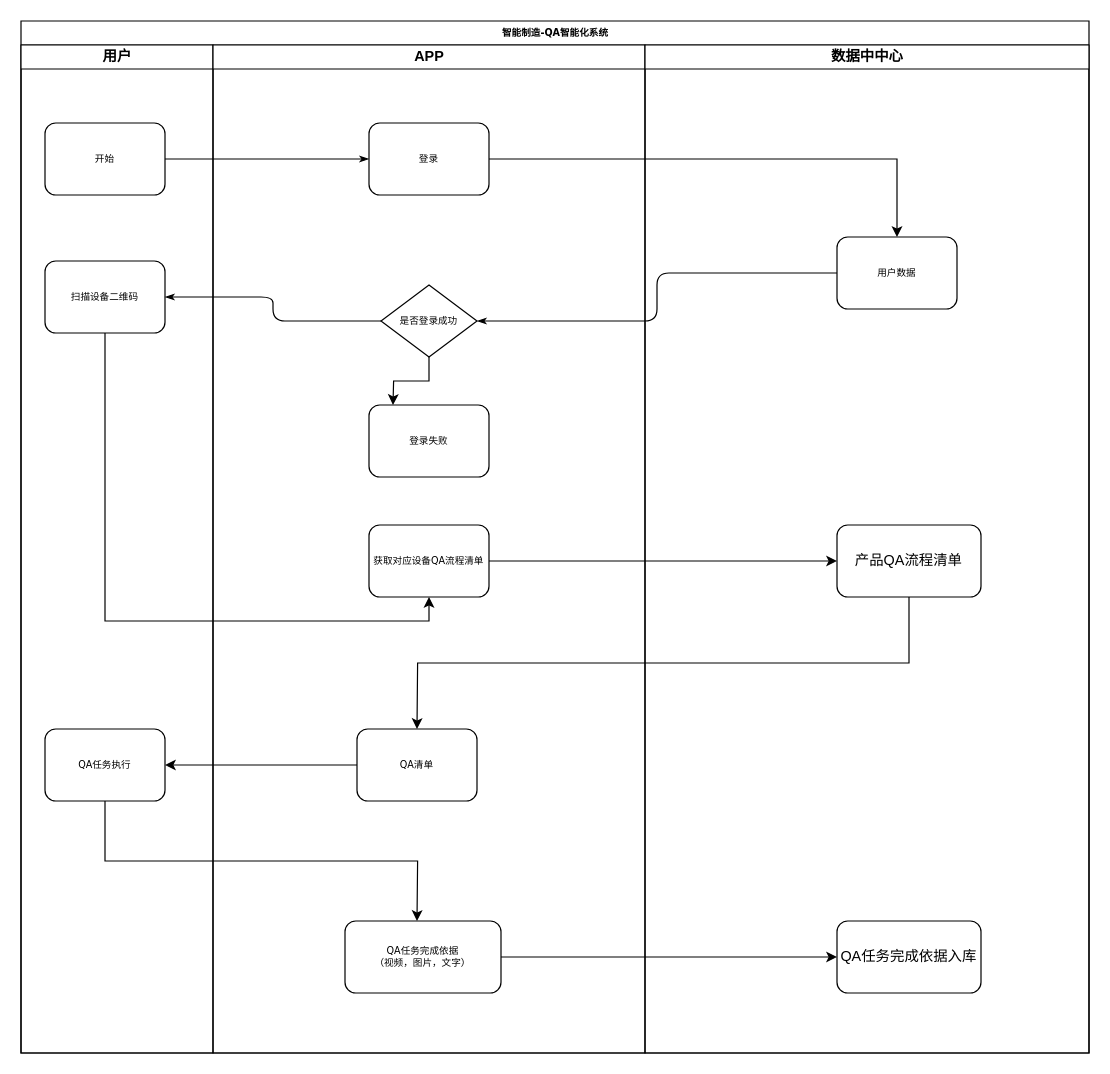
The draw.io diagram 智能制造.drawio in mandarenmanman/apidoc, before the edit. Source tidied: cells renumbered, new cells numbered last; positions are measured from the earlier drawing's top-left corner, leaving out a move shared by most shapes. Both pictures are drawn from the tidied source at 120%, with x=0, y=0 at pixel (20, 20).
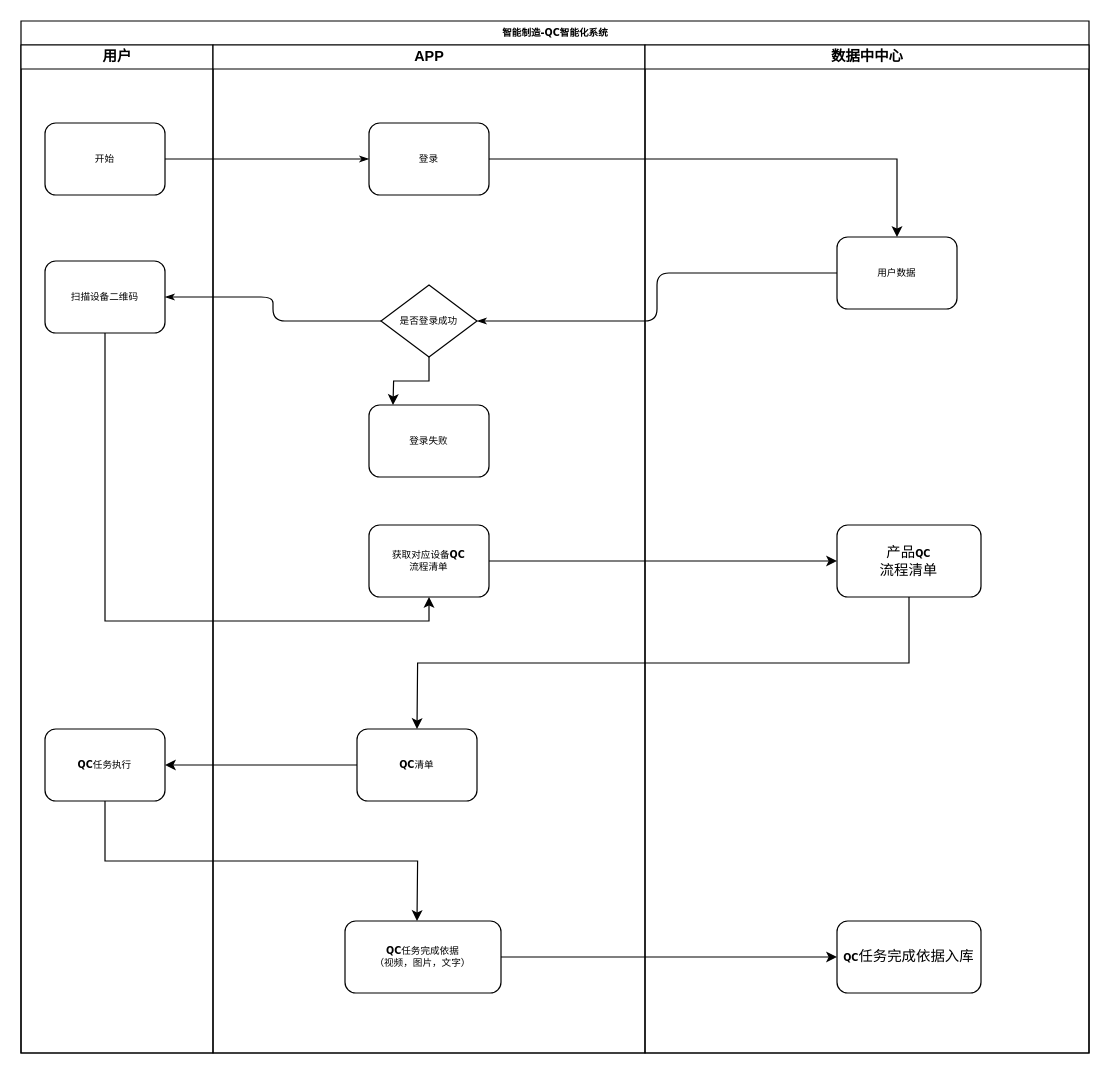
The same diagram, later.

Commit message (it also covers changes not shown here):
更新智能制造.drawio

Unchanged cells that the change refers to:
```xml
<mxCell id="3" value="用户" style="swimlane;html=1;startSize=20;" parent="2" vertex="1">
  <mxGeometry y="20" width="160" height="840" as="geometry" />
</mxCell>
<mxCell id="9" value="APP" style="swimlane;html=1;startSize=20;" parent="2" vertex="1">
  <mxGeometry x="160" y="20" width="360" height="840" as="geometry" />
</mxCell>
<mxCell id="17" value="数据中中心" style="swimlane;html=1;startSize=20;" parent="2" vertex="1">
  <mxGeometry x="520" y="20" width="370" height="840" as="geometry" />
</mxCell>
```

Diff of the diagram source:
```diff
@@
-    <mxCell id="2" value="智能制造-QA智能化系统" style="swimlane;html=1;startSize=20;rounded=0;shadow=0;labelBackgroundColor=none;strokeWidth=1;fontFamily=Verdana;fontSize=8;align=center;" parent="1" vertex="1">
+    <mxCell id="2" value="智能制造-QC智能化系统" style="swimlane;html=1;startSize=20;rounded=0;shadow=0;labelBackgroundColor=none;strokeWidth=1;fontFamily=Verdana;fontSize=8;align=center;" parent="1" vertex="1">
       <mxGeometry width="890" height="860" as="geometry" />
     </mxCell>
@@
-    <mxCell id="6" value="QA任务执行" style="rounded=1;whiteSpace=wrap;html=1;shadow=0;labelBackgroundColor=none;strokeWidth=1;fontFamily=Verdana;fontSize=8;align=center;" parent="3" vertex="1">
+    <mxCell id="6" value="&lt;span style=&quot;font-weight: 700&quot;&gt;QC&lt;/span&gt;任务执行" style="rounded=1;whiteSpace=wrap;html=1;shadow=0;labelBackgroundColor=none;strokeWidth=1;fontFamily=Verdana;fontSize=8;align=center;" parent="3" vertex="1">
       <mxGeometry x="20" y="570" width="100" height="60" as="geometry" />
     </mxCell>
@@
-    <mxCell id="13" value="获取对应设备QA流程清单" style="rounded=1;whiteSpace=wrap;html=1;shadow=0;labelBackgroundColor=none;strokeWidth=1;fontFamily=Verdana;fontSize=8;align=center;" parent="9" vertex="1">
+    <mxCell id="13" value="获取对应设备&lt;span style=&quot;font-weight: 700&quot;&gt;QC&lt;/span&gt;&lt;br&gt;流程清单" style="rounded=1;whiteSpace=wrap;html=1;shadow=0;labelBackgroundColor=none;strokeWidth=1;fontFamily=Verdana;fontSize=8;align=center;" parent="9" vertex="1">
       <mxGeometry x="130" y="400" width="100" height="60" as="geometry" />
     </mxCell>
@@
-    <mxCell id="15" value="QA清单" style="rounded=1;whiteSpace=wrap;html=1;shadow=0;labelBackgroundColor=none;strokeWidth=1;fontFamily=Verdana;fontSize=8;align=center;" parent="9" vertex="1">
+    <mxCell id="15" value="&lt;span style=&quot;font-weight: 700&quot;&gt;QC&lt;/span&gt;清单" style="rounded=1;whiteSpace=wrap;html=1;shadow=0;labelBackgroundColor=none;strokeWidth=1;fontFamily=Verdana;fontSize=8;align=center;" parent="9" vertex="1">
       <mxGeometry x="120" y="570" width="100" height="60" as="geometry" />
     </mxCell>
-    <mxCell id="16" value="QA任务完成依据&lt;br&gt;（视频，图片，文字）" style="rounded=1;whiteSpace=wrap;html=1;shadow=0;labelBackgroundColor=none;strokeWidth=1;fontFamily=Verdana;fontSize=8;align=center;" parent="9" vertex="1">
+    <mxCell id="16" value="&lt;span style=&quot;font-weight: 700&quot;&gt;QC&lt;/span&gt;任务完成依据&lt;br&gt;（视频，图片，文字）" style="rounded=1;whiteSpace=wrap;html=1;shadow=0;labelBackgroundColor=none;strokeWidth=1;fontFamily=Verdana;fontSize=8;align=center;" parent="9" vertex="1">
       <mxGeometry x="110" y="730" width="130" height="60" as="geometry" />
     </mxCell>
@@
-    <mxCell id="19" value="产品QA流程清单" style="rounded=1;whiteSpace=wrap;html=1;" parent="17" vertex="1">
+    <mxCell id="19" value="产品&lt;span style=&quot;font-family: &amp;#34;verdana&amp;#34; ; font-size: 8px ; font-weight: 700&quot;&gt;QC&lt;/span&gt;&lt;br&gt;流程清单" style="rounded=1;whiteSpace=wrap;html=1;" parent="17" vertex="1">
       <mxGeometry x="160" y="400" width="120" height="60" as="geometry" />
     </mxCell>
-    <mxCell id="20" value="QA任务完成依据入库" style="rounded=1;whiteSpace=wrap;html=1;" parent="17" vertex="1">
+    <mxCell id="20" value="&lt;span style=&quot;font-family: &amp;#34;verdana&amp;#34; ; font-size: 8px ; font-weight: 700&quot;&gt;QC&lt;/span&gt;任务完成依据入库" style="rounded=1;whiteSpace=wrap;html=1;" parent="17" vertex="1">
       <mxGeometry x="160" y="730" width="120" height="60" as="geometry" />
     </mxCell>
```
